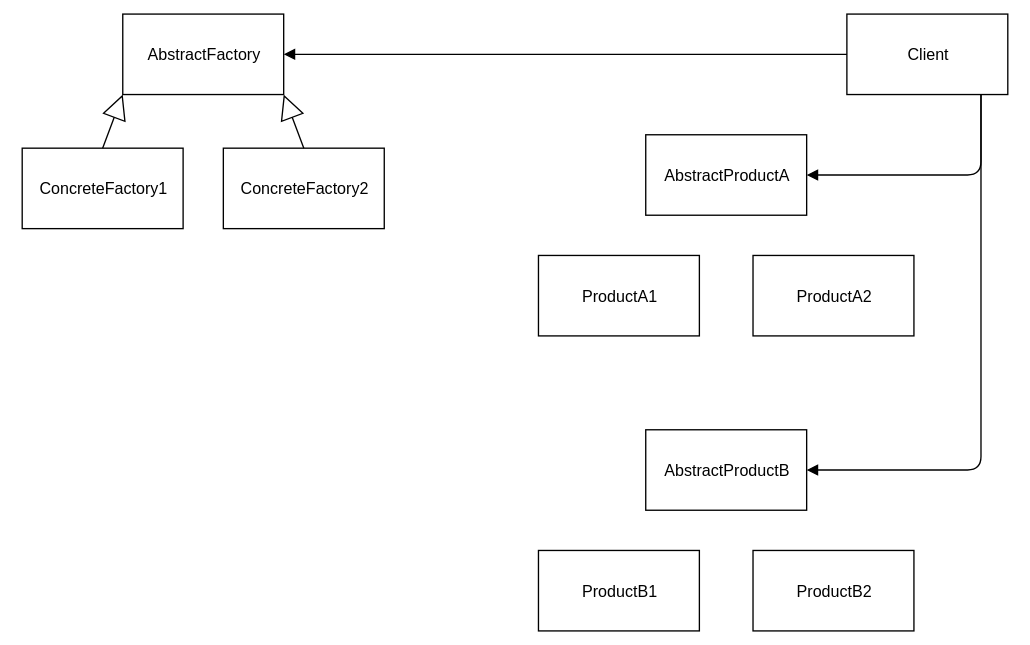
The draw.io diagram Zettelkasten/_src/diagrams/abstract_factory.svg in brunoruas2/zettelkasten, before a commit. Source tidied: cells renumbered, new cells last; positions are measured from the earlier drawing's top-left corner, leaving out a move shared by most shapes. Source of this version:
```xml
<mxGraphModel>
  <root>
    <mxCell id="0" />
    <mxCell id="1" parent="0" />
    <mxCell id="2" value="AbstractFactory" style="rounded=0;whiteSpace=wrap;html=1;" parent="1" vertex="1">
      <mxGeometry x="75" width="120" height="60" as="geometry" />
    </mxCell>
    <mxCell id="3" value="ConcreteFactory2" style="rounded=0;whiteSpace=wrap;html=1;" parent="1" vertex="1">
      <mxGeometry x="150" y="100" width="120" height="60" as="geometry" />
    </mxCell>
    <mxCell id="4" value="ConcreteFactory1" style="rounded=0;whiteSpace=wrap;html=1;" parent="1" vertex="1">
      <mxGeometry y="100" width="120" height="60" as="geometry" />
    </mxCell>
    <mxCell id="5" style="endArrow=block;endSize=16;endFill=0;html=1;exitX=0.5;exitY=0;exitDx=0;exitDy=0;entryX=0;entryY=1;entryDx=0;entryDy=0;" parent="1" edge="1" source="4" target="2">
      <mxGeometry relative="1" as="geometry" />
    </mxCell>
    <mxCell id="6" style="endArrow=block;endSize=16;endFill=0;html=1;exitX=0.5;exitY=0;exitDx=0;exitDy=0;entryX=1;entryY=1;entryDx=0;entryDy=0;" parent="1" edge="1" source="3" target="2">
      <mxGeometry relative="1" as="geometry" />
    </mxCell>
    <mxCell id="7" value="Client" style="rounded=0;whiteSpace=wrap;html=1;" parent="1" vertex="1">
      <mxGeometry x="615" width="120" height="60" as="geometry" />
    </mxCell>
    <mxCell id="8" value="AbstractProductB" style="rounded=0;whiteSpace=wrap;html=1;" parent="1" vertex="1">
      <mxGeometry x="465" y="310" width="120" height="60" as="geometry" />
    </mxCell>
    <mxCell id="9" value="AbstractProductA" style="rounded=0;whiteSpace=wrap;html=1;" parent="1" vertex="1">
      <mxGeometry x="465" y="90" width="120" height="60" as="geometry" />
    </mxCell>
    <mxCell id="10" value="ProductA1" style="rounded=0;whiteSpace=wrap;html=1;" parent="1" vertex="1">
      <mxGeometry x="385" y="180" width="120" height="60" as="geometry" />
    </mxCell>
    <mxCell id="11" value="ProductA2" style="rounded=0;whiteSpace=wrap;html=1;" parent="1" vertex="1">
      <mxGeometry x="545" y="180" width="120" height="60" as="geometry" />
    </mxCell>
    <mxCell id="12" value="ProductB1" style="rounded=0;whiteSpace=wrap;html=1;" parent="1" vertex="1">
      <mxGeometry x="385" y="400" width="120" height="60" as="geometry" />
    </mxCell>
    <mxCell id="13" value="ProductB2" style="rounded=0;whiteSpace=wrap;html=1;" parent="1" vertex="1">
      <mxGeometry x="545" y="400" width="120" height="60" as="geometry" />
    </mxCell>
    <mxCell id="14" value="&lt;br&gt;" style="endArrow=block;endFill=1;html=1;edgeStyle=orthogonalEdgeStyle;align=left;verticalAlign=top;exitX=0;exitY=0.5;exitDx=0;exitDy=0;entryX=1;entryY=0.5;entryDx=0;entryDy=0;" parent="1" edge="1" source="7" target="2">
      <mxGeometry x="-1" relative="1" as="geometry" />
    </mxCell>
    <mxCell id="15" value="&lt;br&gt;" style="endArrow=block;endFill=1;html=1;edgeStyle=orthogonalEdgeStyle;align=left;verticalAlign=top;entryX=1;entryY=0.5;entryDx=0;entryDy=0;" parent="1" edge="1" target="8">
      <mxGeometry x="-1" relative="1" as="geometry">
        <mxPoint x="715" y="60" as="sourcePoint" />
        <Array as="points">
          <mxPoint x="715" y="60" />
          <mxPoint x="715" y="340" />
        </Array>
      </mxGeometry>
    </mxCell>
    <mxCell id="16" value="&lt;br&gt;" style="endArrow=block;endFill=1;html=1;edgeStyle=orthogonalEdgeStyle;align=left;verticalAlign=top;entryX=1;entryY=0.5;entryDx=0;entryDy=0;" parent="1" edge="1" source="7" target="9">
      <mxGeometry x="-1" relative="1" as="geometry">
        <Array as="points">
          <mxPoint x="715" y="120" />
        </Array>
      </mxGeometry>
    </mxCell>
  </root>
</mxGraphModel>
```
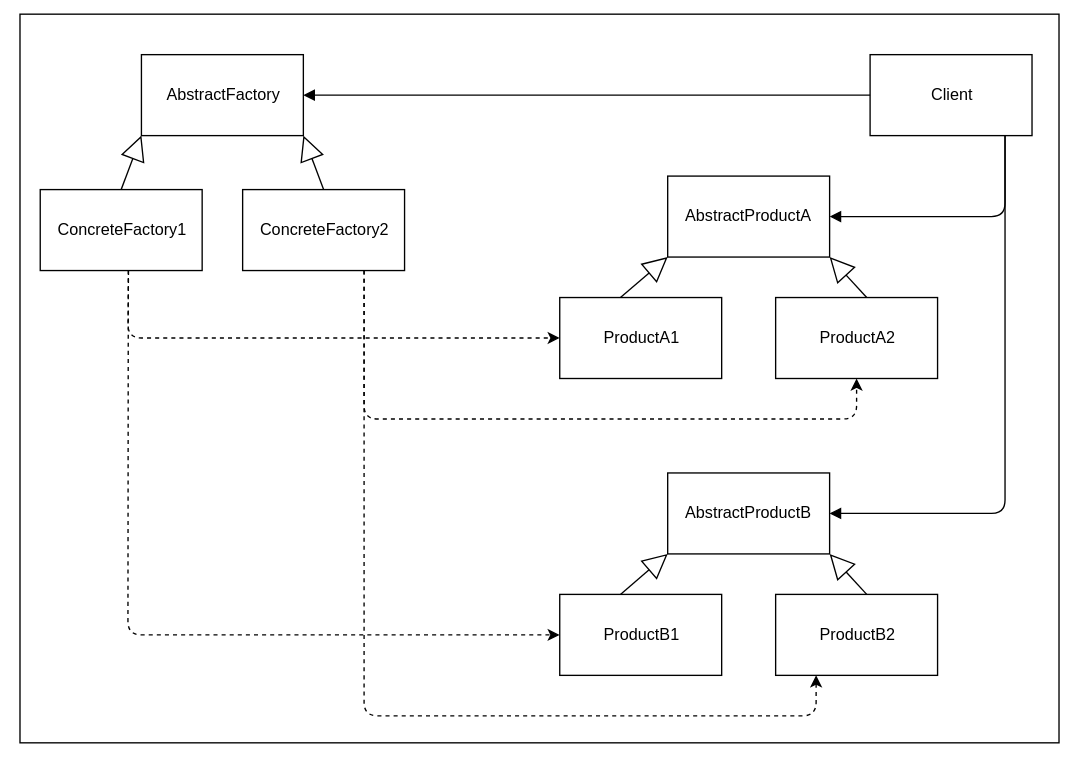
After the change.

The edit, as a diff of the source:
```diff
@@ -2,12 +2,45 @@
   <root>
     <mxCell id="0" />
     <mxCell id="1" parent="0" />
+    <mxCell id="17" style="rounded=0;whiteSpace=wrap;html=1;" parent="1" vertex="1">
+      <mxGeometry x="-15" y="-30" width="770" height="540" as="geometry" />
+    </mxCell>
     <mxCell id="2" value="AbstractFactory" style="rounded=0;whiteSpace=wrap;html=1;" parent="1" vertex="1">
       <mxGeometry x="75" width="120" height="60" as="geometry" />
     </mxCell>
+    <mxCell id="18" style="edgeStyle=none;html=1;exitX=0.75;exitY=1;exitDx=0;exitDy=0;entryX=0.5;entryY=1;entryDx=0;entryDy=0;dashed=1;" parent="1" edge="1" source="3" target="11">
+      <mxGeometry relative="1" as="geometry">
+        <Array as="points">
+          <mxPoint x="240" y="270" />
+          <mxPoint x="605" y="270" />
+        </Array>
+      </mxGeometry>
+    </mxCell>
+    <mxCell id="19" style="edgeStyle=none;html=1;exitX=0.75;exitY=1;exitDx=0;exitDy=0;entryX=0.25;entryY=1;entryDx=0;entryDy=0;dashed=1;" parent="1" edge="1" source="3" target="13">
+      <mxGeometry relative="1" as="geometry">
+        <Array as="points">
+          <mxPoint x="240" y="490" />
+          <mxPoint x="575" y="490" />
+        </Array>
+      </mxGeometry>
+    </mxCell>
     <mxCell id="3" value="ConcreteFactory2" style="rounded=0;whiteSpace=wrap;html=1;" parent="1" vertex="1">
       <mxGeometry x="150" y="100" width="120" height="60" as="geometry" />
     </mxCell>
+    <mxCell id="20" style="edgeStyle=none;html=1;exitX=0.544;exitY=0.992;exitDx=0;exitDy=0;entryX=0;entryY=0.5;entryDx=0;entryDy=0;exitPerimeter=0;dashed=1;" parent="1" edge="1" source="4" target="12">
+      <mxGeometry relative="1" as="geometry">
+        <Array as="points">
+          <mxPoint x="65" y="430" />
+        </Array>
+      </mxGeometry>
+    </mxCell>
+    <mxCell id="21" style="edgeStyle=none;html=1;exitX=0.545;exitY=1.004;exitDx=0;exitDy=0;entryX=0;entryY=0.5;entryDx=0;entryDy=0;exitPerimeter=0;dashed=1;" parent="1" edge="1" source="4" target="10">
+      <mxGeometry relative="1" as="geometry">
+        <Array as="points">
+          <mxPoint x="65" y="210" />
+        </Array>
+      </mxGeometry>
+    </mxCell>
     <mxCell id="4" value="ConcreteFactory1" style="rounded=0;whiteSpace=wrap;html=1;" parent="1" vertex="1">
       <mxGeometry y="100" width="120" height="60" as="geometry" />
     </mxCell>
@@ -57,5 +90,28 @@
         </Array>
       </mxGeometry>
     </mxCell>
+    <mxCell id="22" style="endArrow=block;endSize=16;endFill=0;html=1;exitX=0.5;exitY=0;exitDx=0;exitDy=0;entryX=1;entryY=1;entryDx=0;entryDy=0;" parent="1" edge="1" target="9">
+      <mxGeometry relative="1" as="geometry">
+        <mxPoint x="612.5" y="180" as="sourcePoint" />
+      </mxGeometry>
+    </mxCell>
+    <mxCell id="23" style="endArrow=block;endSize=16;endFill=0;html=1;exitX=0.5;exitY=0;exitDx=0;exitDy=0;" parent="1" edge="1">
+      <mxGeometry relative="1" as="geometry">
+        <mxPoint x="430" y="180" as="sourcePoint" />
+        <mxPoint x="465" y="150" as="targetPoint" />
+      </mxGeometry>
+    </mxCell>
+    <mxCell id="24" style="endArrow=block;endSize=16;endFill=0;html=1;exitX=0.5;exitY=0;exitDx=0;exitDy=0;entryX=1;entryY=1;entryDx=0;entryDy=0;" parent="1" edge="1">
+      <mxGeometry relative="1" as="geometry">
+        <mxPoint x="612.5" y="400" as="sourcePoint" />
+        <mxPoint x="585" y="370" as="targetPoint" />
+      </mxGeometry>
+    </mxCell>
+    <mxCell id="25" style="endArrow=block;endSize=16;endFill=0;html=1;exitX=0.5;exitY=0;exitDx=0;exitDy=0;" parent="1" edge="1">
+      <mxGeometry relative="1" as="geometry">
+        <mxPoint x="430" y="400" as="sourcePoint" />
+        <mxPoint x="465" y="370" as="targetPoint" />
+      </mxGeometry>
+    </mxCell>
   </root>
 </mxGraphModel>
```
